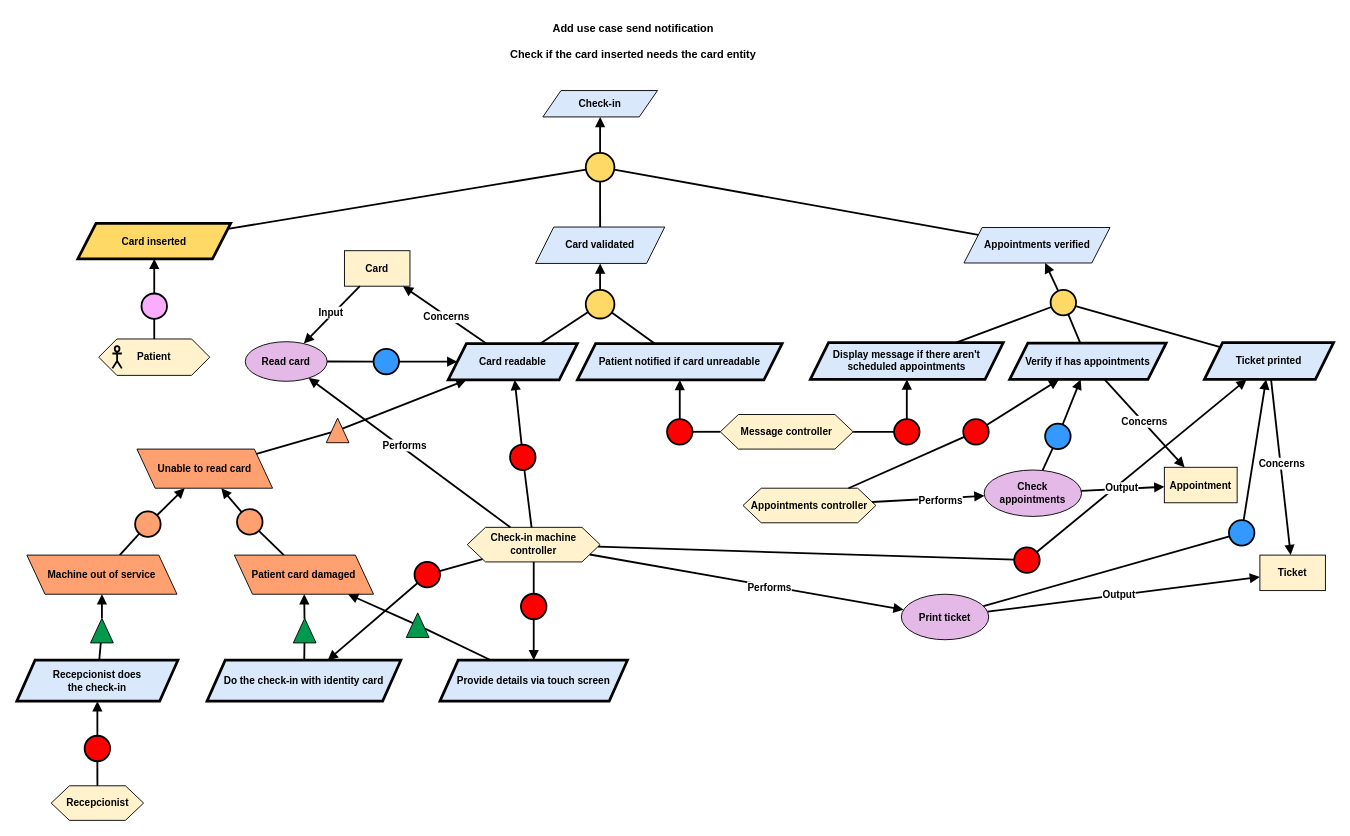
RafaelCMira/myclinic-msp-project keeps this draw.io diagram as Kaos/KAOS 5.drawio. Above is the earlier version. Source tidied: cells renumbered, new cells numbered last; positions are measured from the earlier drawing's top-left corner, leaving out a move shared by most shapes. Both pictures are drawn from the tidied source at 91%, with x=0, y=0 at pixel (16, 15).
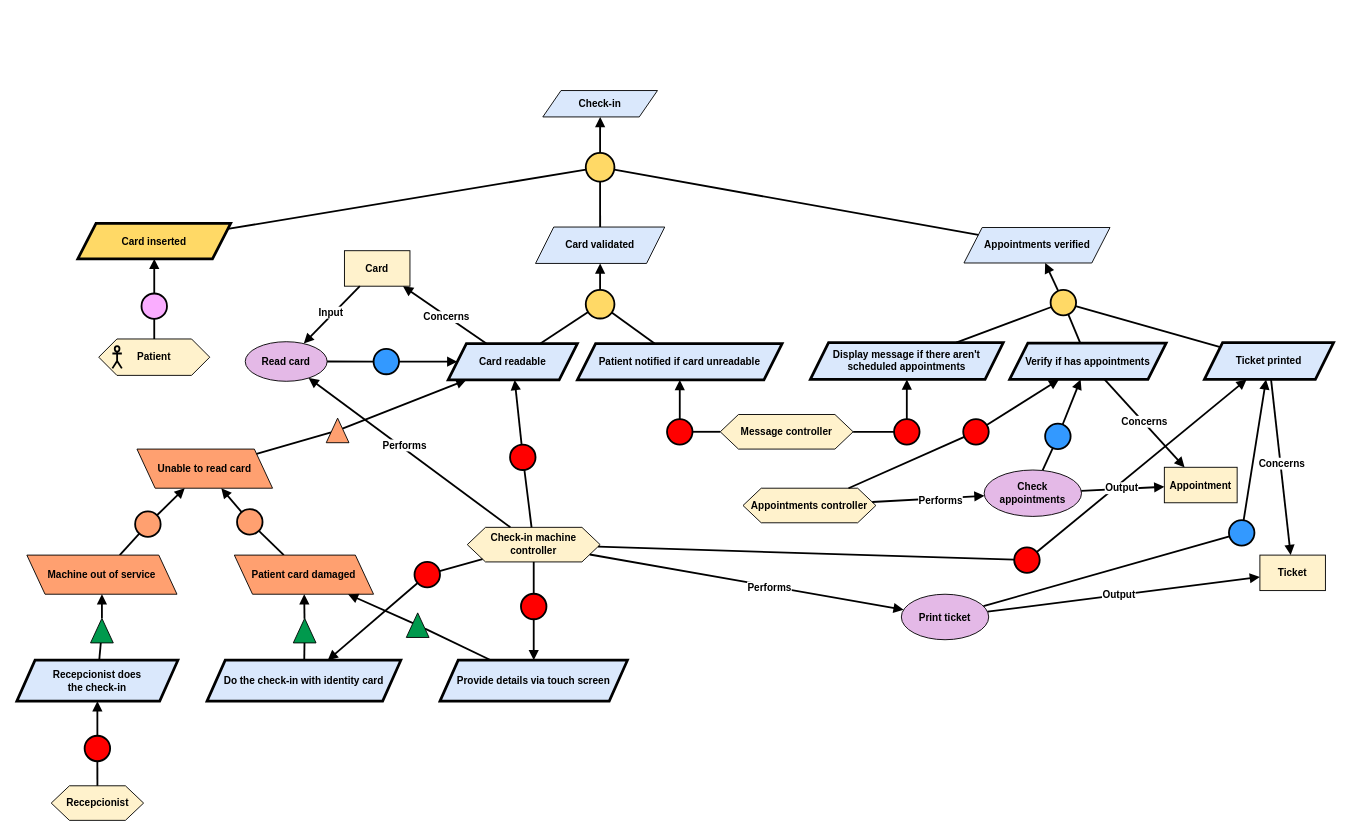
After the change.

What changed in the source:
```diff
@@
-    <mxCell id="109" value="&lt;b&gt;Add use case send notification&lt;/b&gt;&lt;div&gt;&lt;b&gt;&lt;br&gt;&lt;/b&gt;&lt;/div&gt;&lt;div&gt;&lt;b&gt;Check if the card inserted needs the card entity&lt;/b&gt;&lt;/div&gt;" style="text;html=1;align=center;verticalAlign=middle;strokeColor=none;fillColor=none;" parent="1" vertex="1">
-      <mxGeometry x="533" width="288" height="55" as="geometry" />
-    </mxCell>
```
